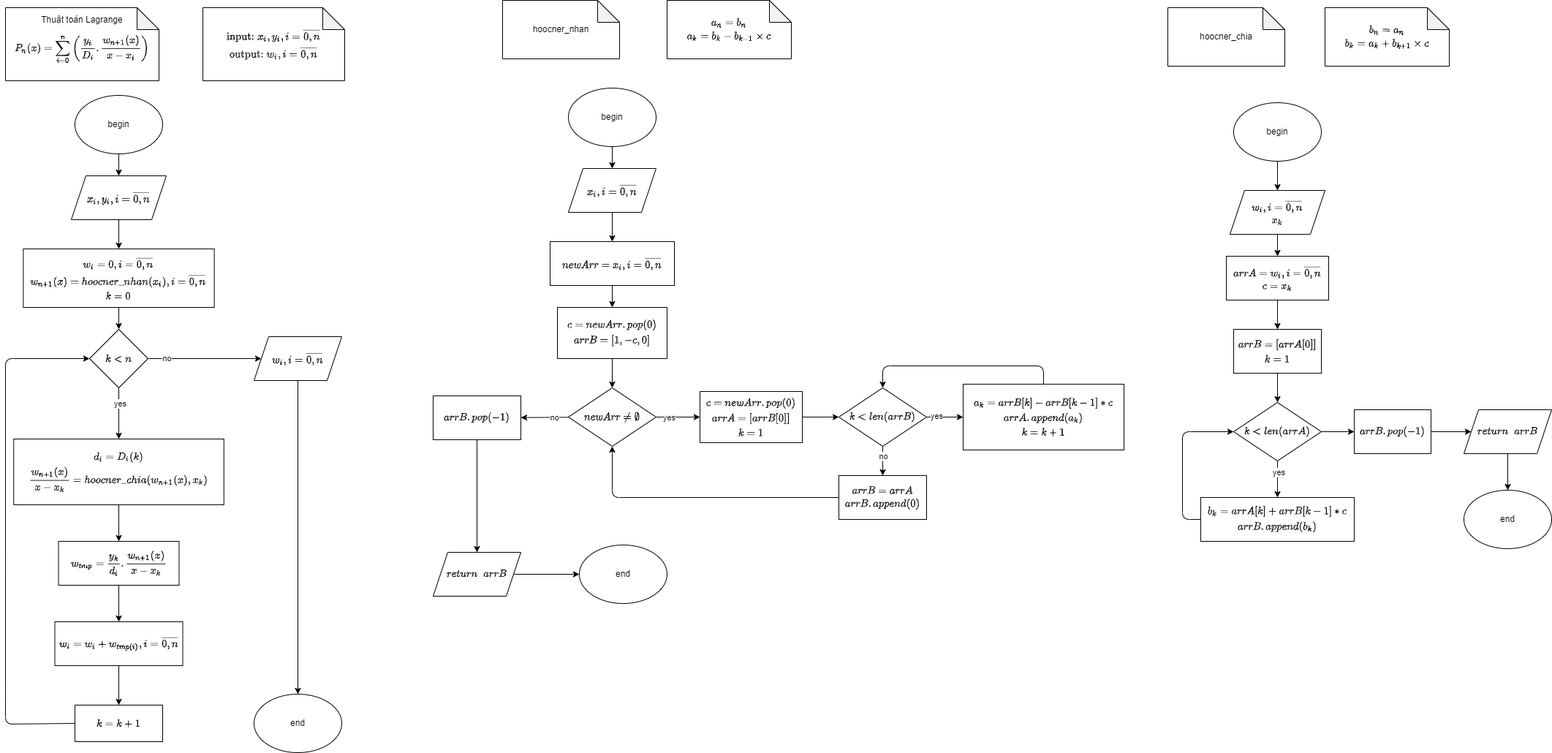
Above: PPS/BT_lagrange/Lagrange_Algorithm.png in toroieno/HUST (draw.io), before the change. Source tidied: cells renumbered, new cells last; positions are measured from the earlier drawing's top-left corner, leaving out a move shared by most shapes. Its diagram source:
```xml
<mxGraphModel math="1">
  <root>
    <mxCell id="0" />
    <mxCell id="1" parent="0" />
    <mxCell id="2" style="edgeStyle=none;html=1;exitX=0.5;exitY=1;exitDx=0;exitDy=0;entryX=0.5;entryY=0;entryDx=0;entryDy=0;" parent="1" edge="1" source="3" target="10">
      <mxGeometry relative="1" as="geometry" />
    </mxCell>
    <mxCell id="3" value="$$w_i=0, i=\overline{0,n}\\&lt;br&gt;w_{n+1}(x)=hoocner\_nhan(x_i),i=\overline{0,n}\\&lt;br&gt;k=0$$" style="whiteSpace=wrap;html=1;" parent="1" vertex="1">
      <mxGeometry x="24.4" y="340" width="261.2" height="80" as="geometry" />
    </mxCell>
    <mxCell id="4" style="edgeStyle=none;html=1;exitX=0.5;exitY=1;exitDx=0;exitDy=0;entryX=0.5;entryY=0;entryDx=0;entryDy=0;" parent="1" edge="1" source="5" target="3">
      <mxGeometry relative="1" as="geometry" />
    </mxCell>
    <mxCell id="5" value="$$x_i,y_i,i=\overline{0,n}$$" style="shape=parallelogram;perimeter=parallelogramPerimeter;whiteSpace=wrap;html=1;fixedSize=1;" parent="1" vertex="1">
      <mxGeometry x="90" y="240" width="130" height="60" as="geometry" />
    </mxCell>
    <mxCell id="6" style="edgeStyle=none;html=1;exitX=1;exitY=0.5;exitDx=0;exitDy=0;entryX=0;entryY=0.5;entryDx=0;entryDy=0;" parent="1" edge="1" source="10" target="33">
      <mxGeometry relative="1" as="geometry" />
    </mxCell>
    <mxCell id="7" value="no" style="edgeLabel;html=1;align=center;verticalAlign=middle;" parent="6" vertex="1">
      <mxGeometry x="-0.68" y="1" relative="1" as="geometry" />
    </mxCell>
    <mxCell id="8" style="edgeStyle=none;html=1;exitX=0.5;exitY=1;exitDx=0;exitDy=0;entryX=0.5;entryY=0;entryDx=0;entryDy=0;" parent="1" edge="1" source="10" target="15">
      <mxGeometry relative="1" as="geometry" />
    </mxCell>
    <mxCell id="9" value="yes" style="edgeLabel;html=1;align=center;verticalAlign=middle;" parent="8" vertex="1">
      <mxGeometry x="-0.39" y="1" relative="1" as="geometry" />
    </mxCell>
    <mxCell id="10" value="$$k&amp;lt;n$$" style="rhombus;whiteSpace=wrap;html=1;" parent="1" vertex="1">
      <mxGeometry x="115" y="450" width="80" height="80" as="geometry" />
    </mxCell>
    <mxCell id="11" style="edgeStyle=none;html=1;exitX=0.5;exitY=1;exitDx=0;exitDy=0;entryX=0.5;entryY=0;entryDx=0;entryDy=0;" parent="1" edge="1" source="12" target="5">
      <mxGeometry relative="1" as="geometry" />
    </mxCell>
    <mxCell id="12" value="begin" style="ellipse;whiteSpace=wrap;html=1;" parent="1" vertex="1">
      <mxGeometry x="95" y="130" width="120" height="80" as="geometry" />
    </mxCell>
    <mxCell id="13" value="end" style="ellipse;whiteSpace=wrap;html=1;" parent="1" vertex="1">
      <mxGeometry x="340" y="949" width="120" height="80" as="geometry" />
    </mxCell>
    <mxCell id="14" style="edgeStyle=none;html=1;exitX=0.5;exitY=1;exitDx=0;exitDy=0;" parent="1" edge="1" source="15" target="17">
      <mxGeometry relative="1" as="geometry" />
    </mxCell>
    <mxCell id="15" value="$$d_i=D_i(k)\\&lt;br&gt;\frac{w_{n+1}(x)}{x-x_k}=hoocner\_chia(w_{n+1}(x),x_k)$$" style="rounded=0;whiteSpace=wrap;html=1;" parent="1" vertex="1">
      <mxGeometry x="11.2" y="600" width="287.5" height="90" as="geometry" />
    </mxCell>
    <mxCell id="16" style="edgeStyle=none;html=1;exitX=0.5;exitY=1;exitDx=0;exitDy=0;entryX=0.5;entryY=0;entryDx=0;entryDy=0;" parent="1" edge="1" source="17" target="19">
      <mxGeometry relative="1" as="geometry" />
    </mxCell>
    <mxCell id="17" value="$$w_{tmp}=\frac{y_k}{d_i}.\frac{w_{n+1}(x)}{x-x_k}$$" style="rounded=0;whiteSpace=wrap;html=1;" parent="1" vertex="1">
      <mxGeometry x="72.5" y="740" width="165" height="60" as="geometry" />
    </mxCell>
    <mxCell id="18" style="edgeStyle=none;html=1;" parent="1" edge="1" source="19" target="21">
      <mxGeometry relative="1" as="geometry" />
    </mxCell>
    <mxCell id="19" value="$$w_i=w_i+w_{tmp(i)},i=\overline{0,n}$$" style="rounded=0;whiteSpace=wrap;html=1;" parent="1" vertex="1">
      <mxGeometry x="67.5" y="850" width="175" height="60" as="geometry" />
    </mxCell>
    <mxCell id="20" style="edgeStyle=none;html=1;exitX=0;exitY=0.5;exitDx=0;exitDy=0;entryX=0;entryY=0.5;entryDx=0;entryDy=0;" parent="1" edge="1" source="21" target="10">
      <mxGeometry relative="1" as="geometry">
        <Array as="points">
          <mxPoint y="990" />
          <mxPoint y="950" />
          <mxPoint y="770" />
          <mxPoint y="490" />
        </Array>
      </mxGeometry>
    </mxCell>
    <mxCell id="21" value="$$k=k+1$$" style="whiteSpace=wrap;html=1;rounded=0;" parent="1" vertex="1">
      <mxGeometry x="95" y="964" width="120" height="50" as="geometry" />
    </mxCell>
    <mxCell id="22" style="edgeStyle=none;html=1;exitX=0.5;exitY=1;exitDx=0;exitDy=0;entryX=0.5;entryY=0;entryDx=0;entryDy=0;" parent="1" edge="1" source="23" target="29">
      <mxGeometry relative="1" as="geometry" />
    </mxCell>
    <mxCell id="23" value="begin" style="ellipse;whiteSpace=wrap;html=1;" parent="1" vertex="1">
      <mxGeometry x="770" y="120" width="120" height="80" as="geometry" />
    </mxCell>
    <mxCell id="24" style="edgeStyle=none;html=1;exitX=0.5;exitY=1;exitDx=0;exitDy=0;entryX=0.5;entryY=0;entryDx=0;entryDy=0;" parent="1" edge="1" source="25" target="31">
      <mxGeometry relative="1" as="geometry" />
    </mxCell>
    <mxCell id="25" value="begin" style="ellipse;whiteSpace=wrap;html=1;" parent="1" vertex="1">
      <mxGeometry x="1680" y="140" width="120" height="80" as="geometry" />
    </mxCell>
    <mxCell id="26" value="end" style="ellipse;whiteSpace=wrap;html=1;" parent="1" vertex="1">
      <mxGeometry x="785" y="745" width="120" height="80" as="geometry" />
    </mxCell>
    <mxCell id="27" value="end" style="ellipse;whiteSpace=wrap;html=1;" parent="1" vertex="1">
      <mxGeometry x="1995" y="670" width="120" height="80" as="geometry" />
    </mxCell>
    <mxCell id="28" style="edgeStyle=none;html=1;exitX=0.5;exitY=1;exitDx=0;exitDy=0;entryX=0.5;entryY=0;entryDx=0;entryDy=0;" parent="1" edge="1" source="29" target="35">
      <mxGeometry relative="1" as="geometry" />
    </mxCell>
    <mxCell id="29" value="$$x_i,i=\overline{0,n}$$" style="shape=parallelogram;perimeter=parallelogramPerimeter;whiteSpace=wrap;html=1;fixedSize=1;" parent="1" vertex="1">
      <mxGeometry x="770" y="230" width="120" height="60" as="geometry" />
    </mxCell>
    <mxCell id="30" style="edgeStyle=none;html=1;" parent="1" edge="1" source="31" target="62">
      <mxGeometry relative="1" as="geometry" />
    </mxCell>
    <mxCell id="31" value="$$w_i,i=\overline{0,n}\\&lt;br&gt;x_k$$" style="shape=parallelogram;perimeter=parallelogramPerimeter;whiteSpace=wrap;html=1;fixedSize=1;" parent="1" vertex="1">
      <mxGeometry x="1675" y="260" width="130" height="60" as="geometry" />
    </mxCell>
    <mxCell id="32" style="edgeStyle=none;html=1;exitX=0.5;exitY=1;exitDx=0;exitDy=0;" parent="1" edge="1" source="33" target="13">
      <mxGeometry relative="1" as="geometry" />
    </mxCell>
    <mxCell id="33" value="&lt;span&gt;$$w_i,i=\overline{0,n}$$&lt;/span&gt;" style="shape=parallelogram;perimeter=parallelogramPerimeter;whiteSpace=wrap;html=1;fixedSize=1;shadow=0;" parent="1" vertex="1">
      <mxGeometry x="340" y="460" width="120" height="60" as="geometry" />
    </mxCell>
    <mxCell id="34" style="edgeStyle=none;html=1;" parent="1" edge="1" source="35" target="37">
      <mxGeometry relative="1" as="geometry" />
    </mxCell>
    <mxCell id="35" value="$$newArr=x_i,i=\overline{0,n}$$" style="rounded=0;whiteSpace=wrap;html=1;" parent="1" vertex="1">
      <mxGeometry x="745" y="330" width="170" height="60" as="geometry" />
    </mxCell>
    <mxCell id="36" style="edgeStyle=none;html=1;" parent="1" edge="1" source="37" target="42">
      <mxGeometry relative="1" as="geometry" />
    </mxCell>
    <mxCell id="37" value="$$c=newArr.pop(0)\\&lt;br&gt;arrB=[1,-c,0]$$" style="whiteSpace=wrap;html=1;rounded=0;" parent="1" vertex="1">
      <mxGeometry x="755" y="420" width="150" height="70" as="geometry" />
    </mxCell>
    <mxCell id="38" style="edgeStyle=none;html=1;" parent="1" edge="1" source="42" target="44">
      <mxGeometry relative="1" as="geometry" />
    </mxCell>
    <mxCell id="39" value="yes" style="edgeLabel;html=1;align=center;verticalAlign=middle;" parent="38" vertex="1">
      <mxGeometry x="-0.44" relative="1" as="geometry" />
    </mxCell>
    <mxCell id="40" style="edgeStyle=none;html=1;" parent="1" edge="1" source="42" target="55">
      <mxGeometry relative="1" as="geometry" />
    </mxCell>
    <mxCell id="41" value="no" style="edgeLabel;html=1;align=center;verticalAlign=middle;" parent="40" vertex="1">
      <mxGeometry x="-0.37" relative="1" as="geometry" />
    </mxCell>
    <mxCell id="42" value="$$newArr\neq\emptyset$$" style="rhombus;whiteSpace=wrap;html=1;rounded=0;" parent="1" vertex="1">
      <mxGeometry x="770" y="530" width="120" height="80" as="geometry" />
    </mxCell>
    <mxCell id="43" style="edgeStyle=none;html=1;" parent="1" edge="1" source="44" target="49">
      <mxGeometry relative="1" as="geometry" />
    </mxCell>
    <mxCell id="44" value="$$c=newArr.pop(0)\\&lt;br&gt;arrA=[arrB[0]]\\&lt;br&gt;k=1$$" style="whiteSpace=wrap;html=1;rounded=0;" parent="1" vertex="1">
      <mxGeometry x="950" y="535" width="140" height="70" as="geometry" />
    </mxCell>
    <mxCell id="45" style="edgeStyle=none;html=1;" parent="1" edge="1" source="49" target="51">
      <mxGeometry relative="1" as="geometry" />
    </mxCell>
    <mxCell id="46" value="yes" style="edgeLabel;html=1;align=center;verticalAlign=middle;" parent="45" vertex="1">
      <mxGeometry x="-0.47" y="2" relative="1" as="geometry" />
    </mxCell>
    <mxCell id="47" style="edgeStyle=none;html=1;" parent="1" edge="1" source="49" target="53">
      <mxGeometry relative="1" as="geometry" />
    </mxCell>
    <mxCell id="48" value="no" style="edgeLabel;html=1;align=center;verticalAlign=middle;" parent="47" vertex="1">
      <mxGeometry x="-0.37" relative="1" as="geometry" />
    </mxCell>
    <mxCell id="49" value="$$k&amp;lt;len(arrB)$$" style="rhombus;whiteSpace=wrap;html=1;rounded=0;" parent="1" vertex="1">
      <mxGeometry x="1140" y="530" width="120" height="80" as="geometry" />
    </mxCell>
    <mxCell id="50" style="edgeStyle=none;html=1;exitX=0.5;exitY=0;exitDx=0;exitDy=0;entryX=0.5;entryY=0;entryDx=0;entryDy=0;" parent="1" edge="1" source="51" target="49">
      <mxGeometry relative="1" as="geometry">
        <Array as="points">
          <mxPoint x="1420" y="500" />
          <mxPoint x="1200" y="500" />
        </Array>
      </mxGeometry>
    </mxCell>
    <mxCell id="51" value="$$a_k=arrB[k]-arrB[k-1]*c\\&lt;br&gt;arrA.append(a_k)\\&lt;br&gt;k=k+1$$" style="whiteSpace=wrap;html=1;rounded=0;" parent="1" vertex="1">
      <mxGeometry x="1310" y="525" width="220" height="90" as="geometry" />
    </mxCell>
    <mxCell id="52" style="edgeStyle=none;html=1;exitX=0;exitY=0.5;exitDx=0;exitDy=0;entryX=0.5;entryY=1;entryDx=0;entryDy=0;" parent="1" edge="1" source="53" target="42">
      <mxGeometry relative="1" as="geometry">
        <Array as="points">
          <mxPoint x="830" y="680" />
        </Array>
      </mxGeometry>
    </mxCell>
    <mxCell id="53" value="$$arrB=arrA\\&lt;br&gt;arrB.append(0)$$" style="whiteSpace=wrap;html=1;rounded=0;" parent="1" vertex="1">
      <mxGeometry x="1140" y="650" width="120" height="60" as="geometry" />
    </mxCell>
    <mxCell id="54" style="edgeStyle=none;html=1;exitX=0.5;exitY=1;exitDx=0;exitDy=0;entryX=0.5;entryY=0;entryDx=0;entryDy=0;" parent="1" edge="1" source="55" target="57">
      <mxGeometry relative="1" as="geometry" />
    </mxCell>
    <mxCell id="55" value="$$arrB.pop(-1)$$" style="whiteSpace=wrap;html=1;rounded=0;" parent="1" vertex="1">
      <mxGeometry x="585" y="541" width="120" height="60" as="geometry" />
    </mxCell>
    <mxCell id="56" style="edgeStyle=none;html=1;exitX=1;exitY=0.5;exitDx=0;exitDy=0;" parent="1" edge="1" source="57" target="26">
      <mxGeometry relative="1" as="geometry" />
    </mxCell>
    <mxCell id="57" value="$$return\;\;arrB$$" style="shape=parallelogram;perimeter=parallelogramPerimeter;whiteSpace=wrap;html=1;fixedSize=1;" parent="1" vertex="1">
      <mxGeometry x="585" y="755" width="120" height="60" as="geometry" />
    </mxCell>
    <mxCell id="58" value="hoocner_nhan" style="shape=note;whiteSpace=wrap;html=1;backgroundOutline=1;darkOpacity=0.05;" parent="1" vertex="1">
      <mxGeometry x="680" width="160" height="80" as="geometry" />
    </mxCell>
    <mxCell id="59" value="&lt;span&gt;Thuật toán Lagrange&lt;/span&gt;&lt;br&gt;&lt;span&gt;$$P_n(x)=\sum_{i=0}^n\left(\frac{y_i}{D_i}.\frac{w_{n+1}(x)}{x-x_i}\right)$$&lt;/span&gt;" style="shape=note;whiteSpace=wrap;html=1;backgroundOutline=1;darkOpacity=0.05;" parent="1" vertex="1">
      <mxGeometry y="10" width="210" height="100" as="geometry" />
    </mxCell>
    <mxCell id="60" value="hoocner_chia" style="shape=note;whiteSpace=wrap;html=1;backgroundOutline=1;darkOpacity=0.05;" parent="1" vertex="1">
      <mxGeometry x="1590" y="10" width="160" height="80" as="geometry" />
    </mxCell>
    <mxCell id="61" style="edgeStyle=none;html=1;" parent="1" edge="1" source="62" target="67">
      <mxGeometry relative="1" as="geometry" />
    </mxCell>
    <mxCell id="62" value="$$arrA=w_i,i=\overline{0,n}\\&lt;br&gt;c=x_k$$" style="whiteSpace=wrap;html=1;" parent="1" vertex="1">
      <mxGeometry x="1670" y="350" width="140" height="60" as="geometry" />
    </mxCell>
    <mxCell id="63" value="$$a_n=b_n\\&lt;br&gt;a_k=b_k-b_{k-1}\times c$$" style="shape=note;whiteSpace=wrap;html=1;backgroundOutline=1;darkOpacity=0.05;" parent="1" vertex="1">
      <mxGeometry x="905" width="170" height="80" as="geometry" />
    </mxCell>
    <mxCell id="64" value="$$b_n=a_n\\&lt;br&gt;b_k=a_k+b_{k+1}\times c$$" style="shape=note;whiteSpace=wrap;html=1;backgroundOutline=1;darkOpacity=0.05;" parent="1" vertex="1">
      <mxGeometry x="1805" y="10" width="170" height="80" as="geometry" />
    </mxCell>
    <mxCell id="65" value="$$\text{input:}\;x_i,y_i,i=\overline{0,n}\\&lt;br&gt;\text{output:}\;w_i,i=\overline{0,n}$$" style="shape=note;whiteSpace=wrap;html=1;backgroundOutline=1;darkOpacity=0.05;" parent="1" vertex="1">
      <mxGeometry x="270" y="10" width="194" height="100" as="geometry" />
    </mxCell>
    <mxCell id="66" style="edgeStyle=none;html=1;" parent="1" edge="1" source="67" target="71">
      <mxGeometry relative="1" as="geometry" />
    </mxCell>
    <mxCell id="67" value="$$arrB=[arrA[0]]\\&lt;br&gt;k=1$$" style="whiteSpace=wrap;html=1;" parent="1" vertex="1">
      <mxGeometry x="1680" y="450" width="120" height="60" as="geometry" />
    </mxCell>
    <mxCell id="68" style="edgeStyle=none;html=1;" parent="1" edge="1" source="71" target="73">
      <mxGeometry relative="1" as="geometry" />
    </mxCell>
    <mxCell id="69" value="yes" style="edgeLabel;html=1;align=center;verticalAlign=middle;" parent="68" vertex="1">
      <mxGeometry x="-0.41" y="1" relative="1" as="geometry" />
    </mxCell>
    <mxCell id="70" style="edgeStyle=none;html=1;" parent="1" edge="1" source="71" target="77">
      <mxGeometry relative="1" as="geometry" />
    </mxCell>
    <mxCell id="71" value="$$k&amp;lt;len(arrA)$$" style="rhombus;whiteSpace=wrap;html=1;" parent="1" vertex="1">
      <mxGeometry x="1680" y="550" width="120" height="80" as="geometry" />
    </mxCell>
    <mxCell id="72" style="edgeStyle=none;html=1;exitX=0;exitY=0.5;exitDx=0;exitDy=0;entryX=0;entryY=0.5;entryDx=0;entryDy=0;" parent="1" edge="1" source="73" target="71">
      <mxGeometry relative="1" as="geometry">
        <Array as="points">
          <mxPoint x="1610" y="710" />
          <mxPoint x="1610" y="590" />
        </Array>
      </mxGeometry>
    </mxCell>
    <mxCell id="73" value="$$b_k=arrA[k]+arrB[k-1]*c\\&lt;br&gt;arrB.append(b_k)$$" style="whiteSpace=wrap;html=1;" parent="1" vertex="1">
      <mxGeometry x="1635" y="680" width="210" height="60" as="geometry" />
    </mxCell>
    <mxCell id="74" style="edgeStyle=none;html=1;exitX=0.5;exitY=1;exitDx=0;exitDy=0;entryX=0.5;entryY=0;entryDx=0;entryDy=0;" parent="1" edge="1" source="75" target="27">
      <mxGeometry relative="1" as="geometry" />
    </mxCell>
    <mxCell id="75" value="$$return\;\;arrB$$" style="shape=parallelogram;perimeter=parallelogramPerimeter;whiteSpace=wrap;html=1;fixedSize=1;" parent="1" vertex="1">
      <mxGeometry x="1995" y="560" width="120" height="60" as="geometry" />
    </mxCell>
    <mxCell id="76" style="edgeStyle=none;html=1;exitX=1;exitY=0.5;exitDx=0;exitDy=0;entryX=0;entryY=0.5;entryDx=0;entryDy=0;" parent="1" edge="1" source="77" target="75">
      <mxGeometry relative="1" as="geometry" />
    </mxCell>
    <mxCell id="77" value="$$arrB.pop(-1)$$" style="whiteSpace=wrap;html=1;" parent="1" vertex="1">
      <mxGeometry x="1845" y="560" width="105" height="60" as="geometry" />
    </mxCell>
  </root>
</mxGraphModel>
```
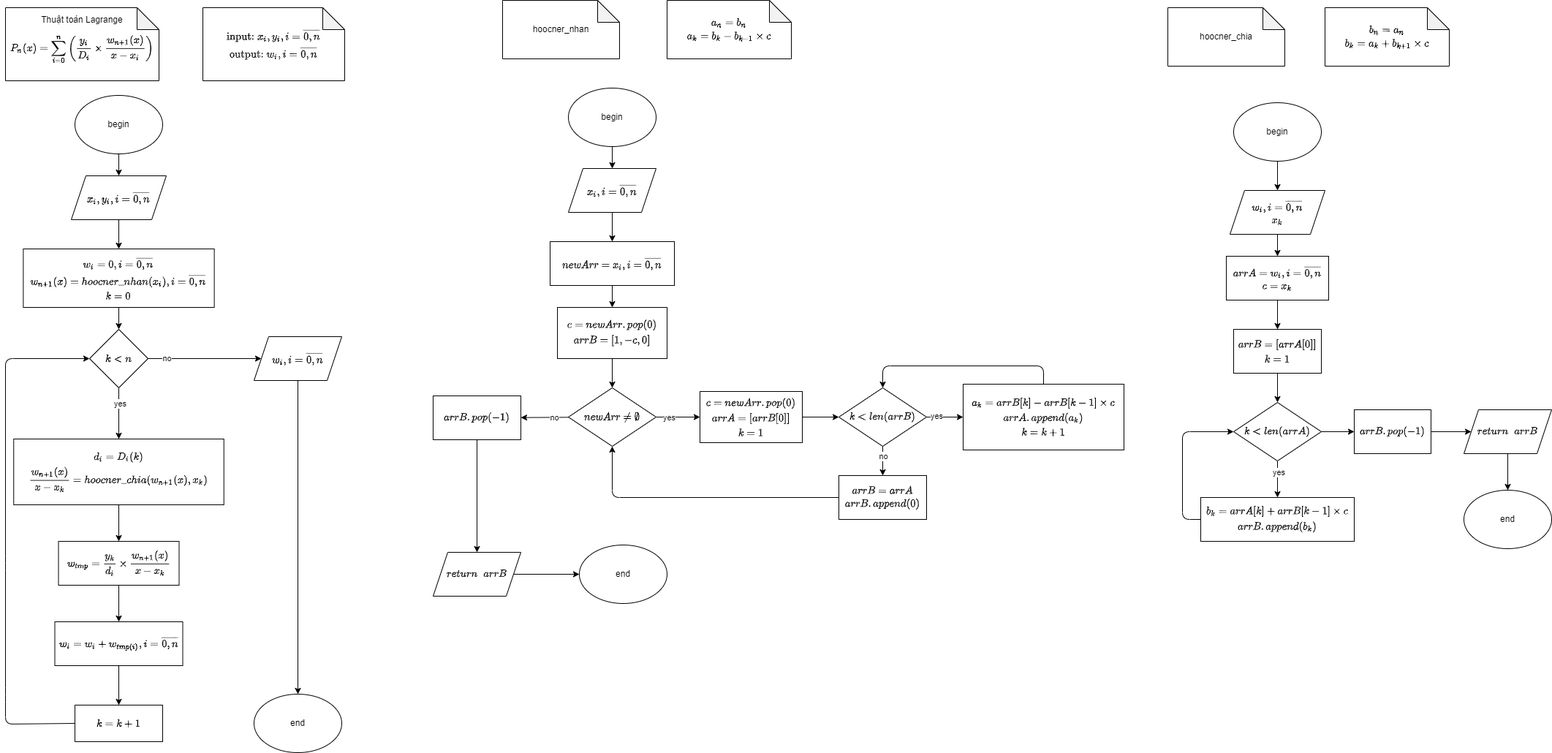
After the change.

Commit message:
add aiken algorithm

The edit, as a diff of the source:
```diff
@@ -47,7 +47,7 @@
     <mxCell id="16" style="edgeStyle=none;html=1;exitX=0.5;exitY=1;exitDx=0;exitDy=0;entryX=0.5;entryY=0;entryDx=0;entryDy=0;" parent="1" edge="1" source="17" target="19">
       <mxGeometry relative="1" as="geometry" />
     </mxCell>
-    <mxCell id="17" value="$$w_{tmp}=\frac{y_k}{d_i}.\frac{w_{n+1}(x)}{x-x_k}$$" style="rounded=0;whiteSpace=wrap;html=1;" parent="1" vertex="1">
+    <mxCell id="17" value="$$w_{tmp}=\frac{y_k}{d_i}\times\frac{w_{n+1}(x)}{x-x_k}$$" style="rounded=0;whiteSpace=wrap;html=1;" parent="1" vertex="1">
       <mxGeometry x="72.5" y="740" width="165" height="60" as="geometry" />
     </mxCell>
     <mxCell id="18" style="edgeStyle=none;html=1;" parent="1" edge="1" source="19" target="21">
@@ -161,7 +161,7 @@
         </Array>
       </mxGeometry>
     </mxCell>
-    <mxCell id="51" value="$$a_k=arrB[k]-arrB[k-1]*c\\&lt;br&gt;arrA.append(a_k)\\&lt;br&gt;k=k+1$$" style="whiteSpace=wrap;html=1;rounded=0;" parent="1" vertex="1">
+    <mxCell id="51" value="$$a_k=arrB[k]-arrB[k-1]\times c\\&lt;br&gt;arrA.append(a_k)\\&lt;br&gt;k=k+1$$" style="whiteSpace=wrap;html=1;rounded=0;" parent="1" vertex="1">
       <mxGeometry x="1310" y="525" width="220" height="90" as="geometry" />
     </mxCell>
     <mxCell id="52" style="edgeStyle=none;html=1;exitX=0;exitY=0.5;exitDx=0;exitDy=0;entryX=0.5;entryY=1;entryDx=0;entryDy=0;" parent="1" edge="1" source="53" target="42">
@@ -189,7 +189,7 @@
     <mxCell id="58" value="hoocner_nhan" style="shape=note;whiteSpace=wrap;html=1;backgroundOutline=1;darkOpacity=0.05;" parent="1" vertex="1">
       <mxGeometry x="680" width="160" height="80" as="geometry" />
     </mxCell>
-    <mxCell id="59" value="&lt;span&gt;Thuật toán Lagrange&lt;/span&gt;&lt;br&gt;&lt;span&gt;$$P_n(x)=\sum_{i=0}^n\left(\frac{y_i}{D_i}.\frac{w_{n+1}(x)}{x-x_i}\right)$$&lt;/span&gt;" style="shape=note;whiteSpace=wrap;html=1;backgroundOutline=1;darkOpacity=0.05;" parent="1" vertex="1">
+    <mxCell id="59" value="&lt;span&gt;Thuật toán Lagrange&lt;/span&gt;&lt;br&gt;&lt;span&gt;$$P_n(x)=\sum_{i=0}^n\left(\frac{y_i}{D_i}\times\frac{w_{n+1}(x)}{x-x_i}\right)$$&lt;/span&gt;" style="shape=note;whiteSpace=wrap;html=1;backgroundOutline=1;darkOpacity=0.05;" parent="1" vertex="1">
       <mxGeometry y="10" width="210" height="100" as="geometry" />
     </mxCell>
     <mxCell id="60" value="hoocner_chia" style="shape=note;whiteSpace=wrap;html=1;backgroundOutline=1;darkOpacity=0.05;" parent="1" vertex="1">
@@ -236,7 +236,7 @@
         </Array>
       </mxGeometry>
     </mxCell>
-    <mxCell id="73" value="$$b_k=arrA[k]+arrB[k-1]*c\\&lt;br&gt;arrB.append(b_k)$$" style="whiteSpace=wrap;html=1;" parent="1" vertex="1">
+    <mxCell id="73" value="$$b_k=arrA[k]+arrB[k-1]\times c\\&lt;br&gt;arrB.append(b_k)$$" style="whiteSpace=wrap;html=1;" parent="1" vertex="1">
       <mxGeometry x="1635" y="680" width="210" height="60" as="geometry" />
     </mxCell>
     <mxCell id="74" style="edgeStyle=none;html=1;exitX=0.5;exitY=1;exitDx=0;exitDy=0;entryX=0.5;entryY=0;entryDx=0;entryDy=0;" parent="1" edge="1" source="75" target="27">
```
